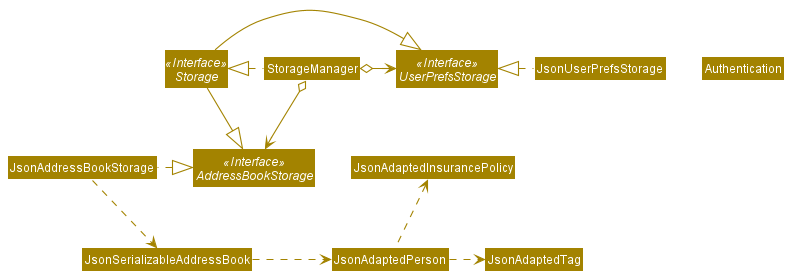
Above: docs/images/StorageClassDiagram.png in nus-cs2103-AY2021S2/tp (PlantUML), before the change.
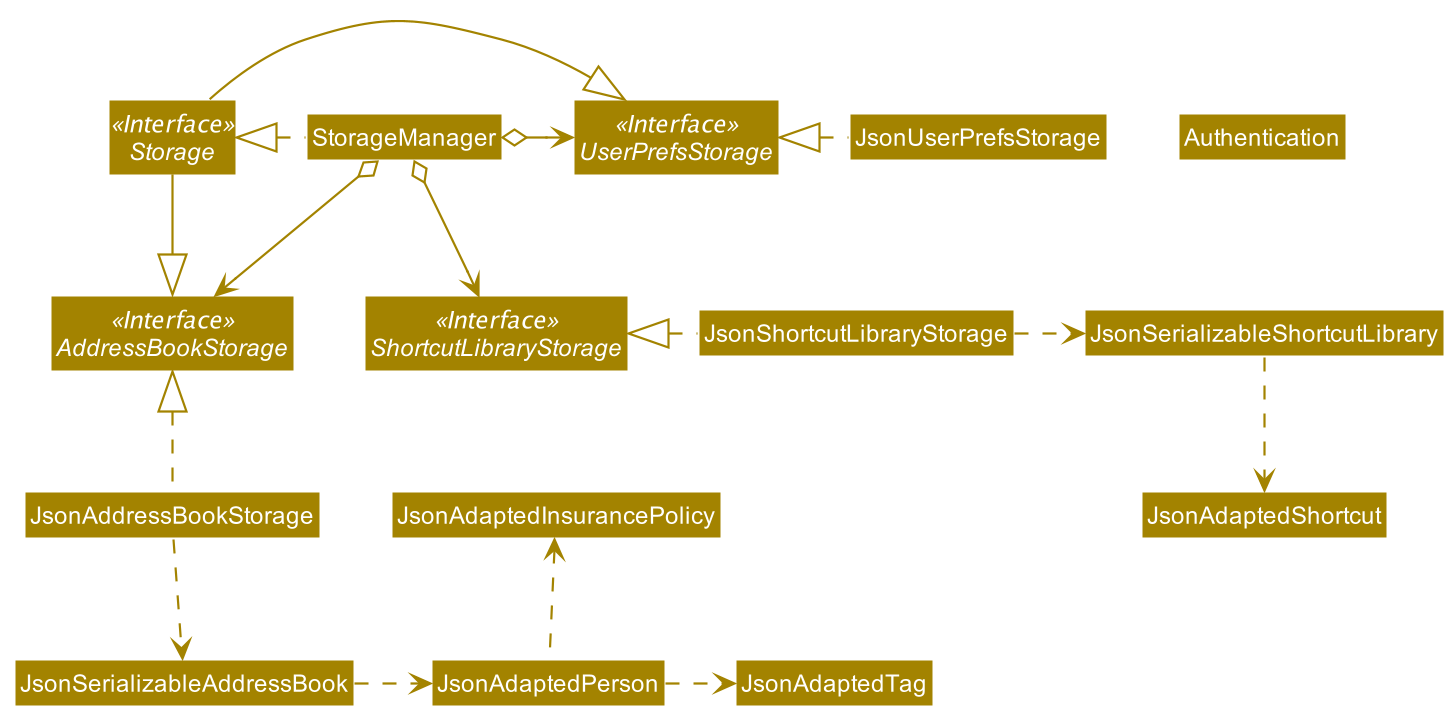
After the commit.

The edit, as a diff of the source:
```diff
@@ -7,24 +7,32 @@
 Interface Storage <<Interface>>
 Interface UserPrefsStorage <<Interface>>
 Interface AddressBookStorage <<Interface>>
+Interface ShortcutLibraryStorage <<Interface>>
 
 Class StorageManager
 Class JsonUserPrefsStorage
 Class JsonAddressBookStorage
+Class JsonShortcutLibraryStorage
 Class Authentication
 
 StorageManager .left.|> Storage
 StorageManager o-right-> UserPrefsStorage
 StorageManager o--> AddressBookStorage
+StorageManager o--> ShortcutLibraryStorage
 
 Storage -|> UserPrefsStorage
 Storage -|> AddressBookStorage
 
 JsonUserPrefsStorage .left.|> UserPrefsStorage
-JsonAddressBookStorage .left.|> AddressBookStorage
+JsonAddressBookStorage .up.|> AddressBookStorage
+JsonShortcutLibraryStorage .left.|> ShortcutLibraryStorage
 
 JsonAddressBookStorage .down.> JsonSerializableAddressBook
 JsonSerializableAddressBook .right.> JsonAdaptedPerson
 JsonAdaptedPerson .right.> JsonAdaptedTag
 JsonAdaptedPerson .up.> JsonAdaptedInsurancePolicy
+JsonShortcutLibraryStorage .right.> JsonSerializableShortcutLibrary
+JsonSerializableShortcutLibrary .down.> JsonAdaptedShortcut
+
+ShortcutLibraryStorage -[hidden]left-> AddressBookStorage
 @enduml
```
